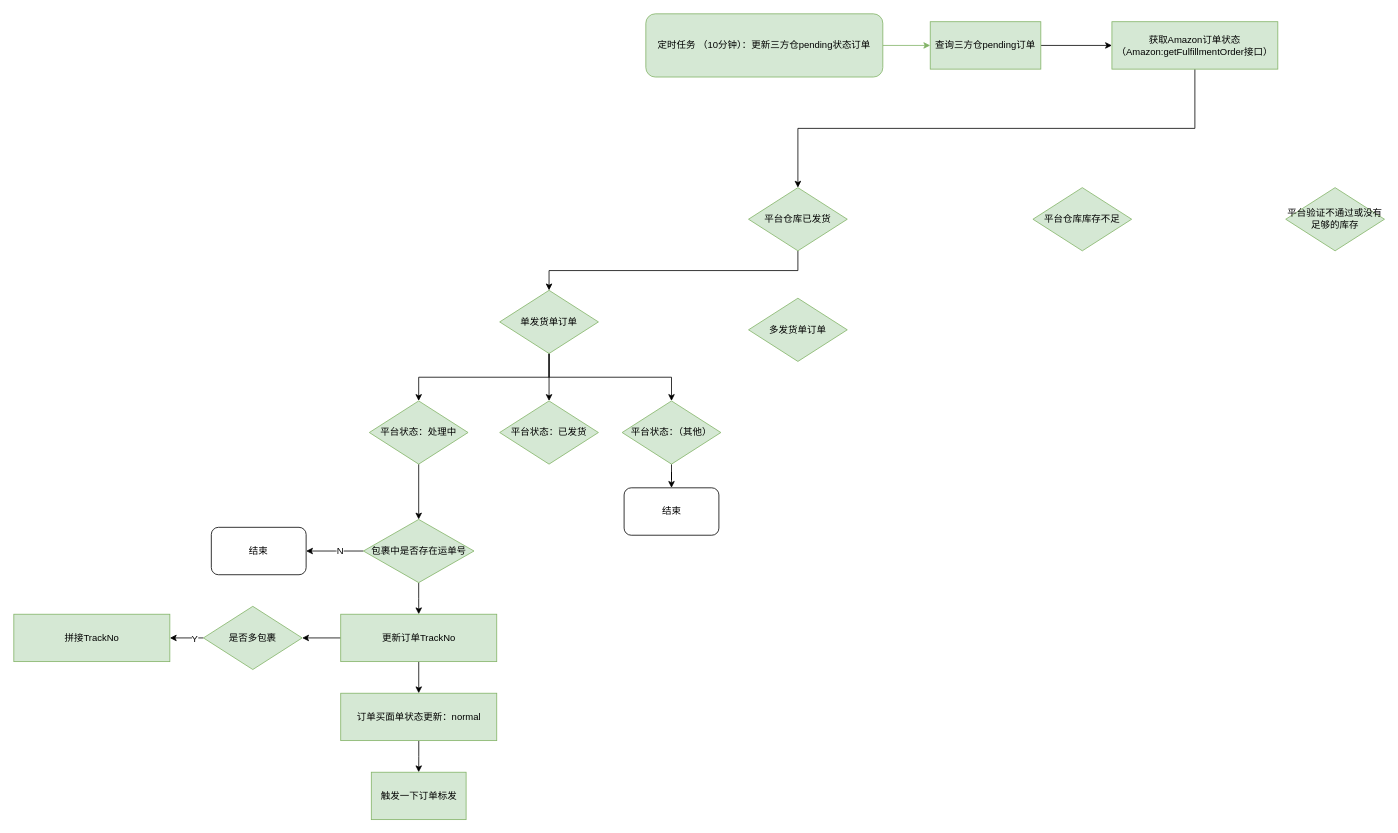
Earlier version of the draw.io diagram 三方仓标发.drawio (onemrc/note). Source tidied: cells renumbered, new cells numbered last; positions are measured from the earlier drawing's top-left corner, leaving out a move shared by most shapes. Both pictures are drawn from the tidied source at 79%, with x=0, y=0 at pixel (13, 13).
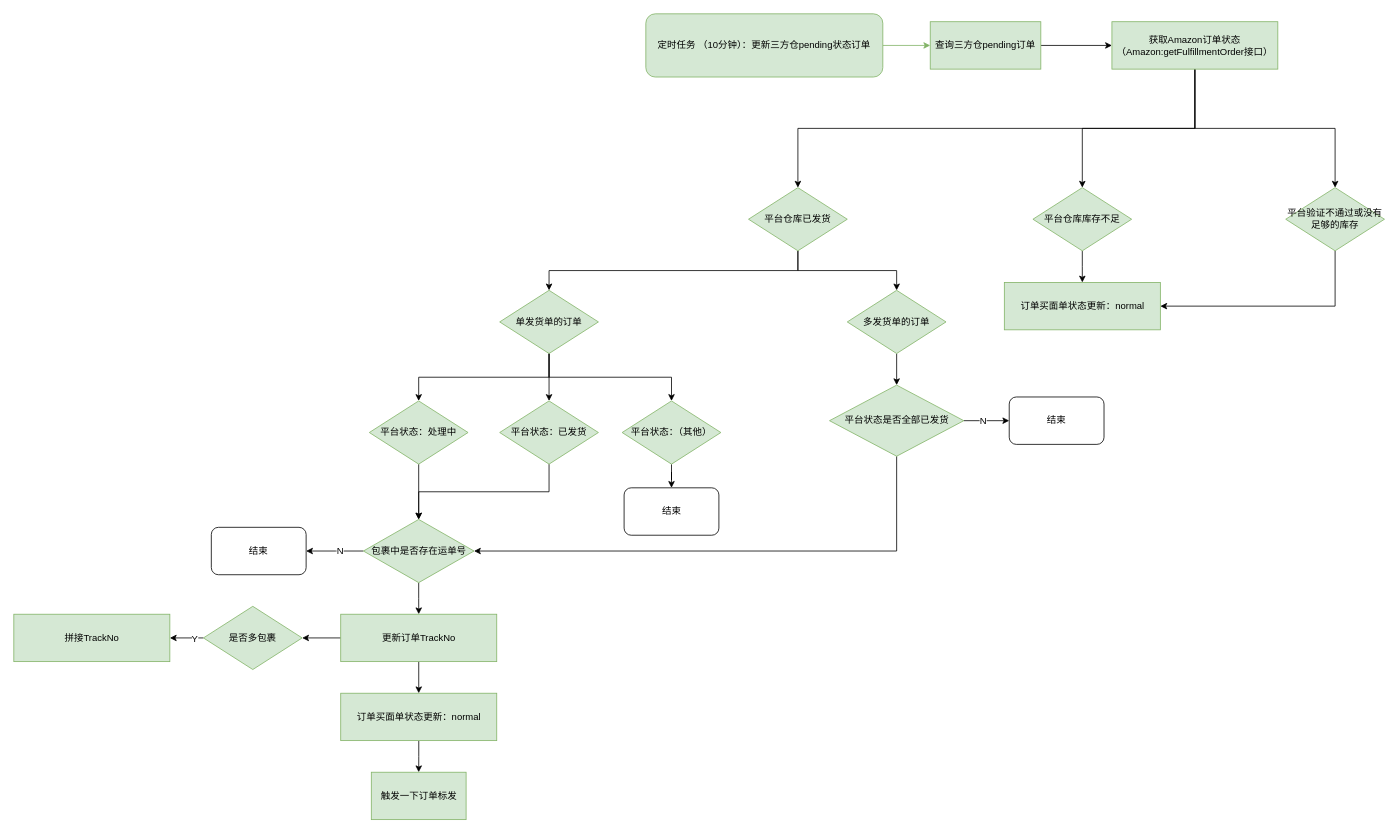
Above is the later version.

Commit message (it also covers changes not shown here):
更新三方仓标发.drawio

The change refers to these unchanged cells:
```xml
<mxCell id="7" value="获取Amazon订单状态（Amazon:getFulfillmentOrder接口）" style="whiteSpace=wrap;html=1;fillColor=#d5e8d4;strokeColor=#82b366;rounded=0;" parent="1" vertex="1">
  <mxGeometry x="1390" y="10" width="210" height="60" as="geometry" />
</mxCell>
<mxCell id="9" value="平台仓库已发货" style="rhombus;whiteSpace=wrap;html=1;fillColor=#d5e8d4;strokeColor=#82b366;rounded=0;" parent="1" vertex="1">
  <mxGeometry x="930" y="220" width="125" height="80" as="geometry" />
</mxCell>
<mxCell id="10" value="平台仓库库存不足" style="rhombus;whiteSpace=wrap;html=1;fillColor=#d5e8d4;strokeColor=#82b366;rounded=0;" parent="1" vertex="1">
  <mxGeometry x="1290" y="220" width="125" height="80" as="geometry" />
</mxCell>
<mxCell id="11" value="平台验证不通过或没有足够的库存" style="rhombus;whiteSpace=wrap;html=1;fillColor=#d5e8d4;strokeColor=#82b366;rounded=0;" parent="1" vertex="1">
  <mxGeometry x="1610" y="220" width="125" height="80" as="geometry" />
</mxCell>
<mxCell id="19" value="平台状态：已发货" style="rhombus;whiteSpace=wrap;html=1;fillColor=#d5e8d4;strokeColor=#82b366;rounded=0;" parent="1" vertex="1">
  <mxGeometry x="615" y="490" width="125" height="80" as="geometry" />
</mxCell>
<mxCell id="25" value="包裹中是否存在运单号" style="rhombus;whiteSpace=wrap;html=1;fillColor=#d5e8d4;strokeColor=#82b366;rounded=0;" parent="1" vertex="1">
  <mxGeometry x="442.5" y="640" width="140" height="80" as="geometry" />
</mxCell>
```

Diff of the diagram source:
```diff
@@
+    <mxCell id="38" style="edgeStyle=orthogonalEdgeStyle;rounded=0;jettySize=auto;html=1;exitX=0.5;exitY=1;exitDx=0;exitDy=0;fontFamily=Helvetica;fontSize=12;fontColor=default;" parent="1" edge="1" source="7" target="10">
+      <mxGeometry relative="1" as="geometry" />
+    </mxCell>
+    <mxCell id="39" style="edgeStyle=orthogonalEdgeStyle;rounded=0;jettySize=auto;html=1;exitX=0.5;exitY=1;exitDx=0;exitDy=0;fontFamily=Helvetica;fontSize=12;fontColor=default;" parent="1" edge="1" source="7" target="11">
+      <mxGeometry relative="1" as="geometry" />
+    </mxCell>
@@
+    <mxCell id="40" style="edgeStyle=orthogonalEdgeStyle;rounded=0;jettySize=auto;html=1;exitX=0.5;exitY=1;exitDx=0;exitDy=0;entryX=0.5;entryY=0;entryDx=0;entryDy=0;fontFamily=Helvetica;fontSize=12;fontColor=default;" parent="1" edge="1" source="9" target="16">
+      <mxGeometry relative="1" as="geometry" />
+    </mxCell>
@@
+    <mxCell id="41" style="edgeStyle=orthogonalEdgeStyle;rounded=0;jettySize=auto;html=1;exitX=0.5;exitY=1;exitDx=0;exitDy=0;entryX=0.5;entryY=0;entryDx=0;entryDy=0;fontFamily=Helvetica;fontSize=12;fontColor=default;" parent="1" edge="1" source="10" target="50">
+      <mxGeometry relative="1" as="geometry" />
+    </mxCell>
@@
+    <mxCell id="42" style="edgeStyle=orthogonalEdgeStyle;rounded=0;jettySize=auto;html=1;exitX=0.5;exitY=1;exitDx=0;exitDy=0;entryX=1;entryY=0.5;entryDx=0;entryDy=0;fontFamily=Helvetica;fontSize=12;fontColor=default;" parent="1" edge="1" source="11" target="50">
+      <mxGeometry relative="1" as="geometry" />
+    </mxCell>
@@
-    <mxCell id="15" value="单发货单订单" style="rhombus;whiteSpace=wrap;html=1;fillColor=#d5e8d4;strokeColor=#82b366;rounded=0;" parent="1" vertex="1">
+    <mxCell id="15" value="单发货单的订单" style="rhombus;whiteSpace=wrap;html=1;fillColor=#d5e8d4;strokeColor=#82b366;rounded=0;" parent="1" vertex="1">
       <mxGeometry x="615" y="350" width="125" height="80" as="geometry" />
     </mxCell>
+    <mxCell id="43" style="edgeStyle=orthogonalEdgeStyle;rounded=0;jettySize=auto;html=1;exitX=0.5;exitY=1;exitDx=0;exitDy=0;entryX=0.5;entryY=0;entryDx=0;entryDy=0;fontFamily=Helvetica;fontSize=12;fontColor=default;" parent="1" edge="1" source="16" target="48">
+      <mxGeometry relative="1" as="geometry" />
+    </mxCell>
-    <mxCell id="16" value="多发货单订单" style="rhombus;whiteSpace=wrap;html=1;fillColor=#d5e8d4;strokeColor=#82b366;rounded=0;" parent="1" vertex="1">
-      <mxGeometry x="930" y="360" width="125" height="80" as="geometry" />
+    <mxCell id="16" value="多发货单的订单" style="rhombus;whiteSpace=wrap;html=1;fillColor=#d5e8d4;strokeColor=#82b366;rounded=0;" parent="1" vertex="1">
+      <mxGeometry x="1055" y="350" width="125" height="80" as="geometry" />
     </mxCell>
@@
+    <mxCell id="44" style="edgeStyle=orthogonalEdgeStyle;rounded=0;jettySize=auto;html=1;exitX=0.5;exitY=1;exitDx=0;exitDy=0;entryX=0.5;entryY=0;entryDx=0;entryDy=0;fontFamily=Helvetica;fontSize=12;fontColor=default;" parent="1" edge="1" source="19" target="25">
+      <mxGeometry relative="1" as="geometry" />
+    </mxCell>
@@
+    <mxCell id="45" style="edgeStyle=orthogonalEdgeStyle;rounded=0;jettySize=auto;html=1;exitX=1;exitY=0.5;exitDx=0;exitDy=0;entryX=0;entryY=0.5;entryDx=0;entryDy=0;fontFamily=Helvetica;fontSize=12;fontColor=default;" parent="1" edge="1" source="48" target="49">
+      <mxGeometry relative="1" as="geometry" />
+    </mxCell>
+    <mxCell id="46" value="N" style="edgeLabel;html=1;align=center;verticalAlign=middle;fontSize=12;fontFamily=Helvetica;fontColor=default;" parent="45" vertex="1">
+      <mxGeometry x="-0.15" relative="1" as="geometry" />
+    </mxCell>
+    <mxCell id="47" style="edgeStyle=orthogonalEdgeStyle;rounded=0;jettySize=auto;html=1;exitX=0.5;exitY=1;exitDx=0;exitDy=0;entryX=1;entryY=0.5;entryDx=0;entryDy=0;fontFamily=Helvetica;fontSize=12;fontColor=default;" parent="1" edge="1" source="48" target="25">
+      <mxGeometry relative="1" as="geometry" />
+    </mxCell>
+    <mxCell id="48" value="平台状态是否全部已发货" style="rhombus;whiteSpace=wrap;html=1;fillColor=#d5e8d4;strokeColor=#82b366;rounded=0;" parent="1" vertex="1">
+      <mxGeometry x="1032.5" y="470" width="170" height="90" as="geometry" />
+    </mxCell>
+    <mxCell id="49" value="结束" style="rounded=1;whiteSpace=wrap;html=1;strokeColor=default;align=center;verticalAlign=middle;fontFamily=Helvetica;fontSize=12;fontColor=default;fillColor=default;" parent="1" vertex="1">
+      <mxGeometry x="1260" y="485" width="120" height="60" as="geometry" />
+    </mxCell>
+    <mxCell id="50" value="订单买面单状态更新：normal" style="whiteSpace=wrap;html=1;fillColor=#d5e8d4;strokeColor=#82b366;rounded=0;" parent="1" vertex="1">
+      <mxGeometry x="1253.8" y="340" width="197.5" height="60" as="geometry" />
+    </mxCell>
```
